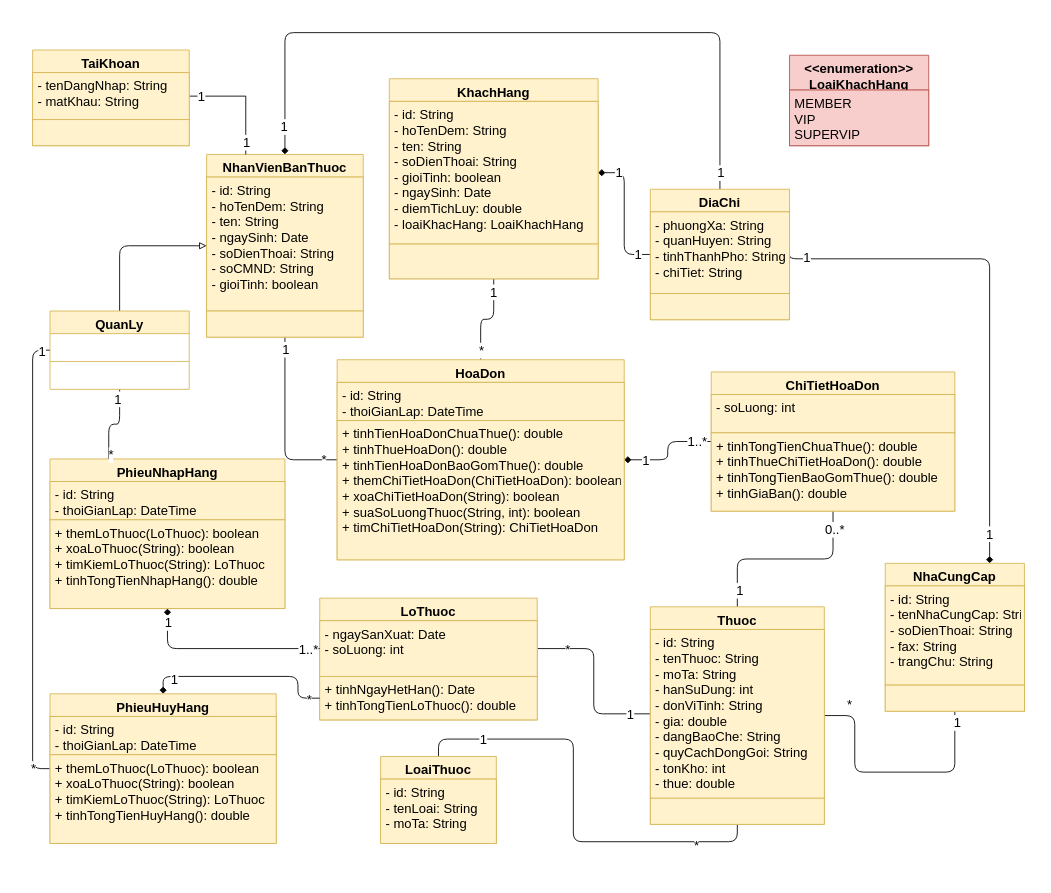
duchoan6814/Truong-Duc-Hoan keeps this draw.io diagram as phamarcy_class_diagram.drawio. Above is the earlier version. Source tidied: cells renumbered, new cells numbered last; positions are measured from the earlier drawing's top-left corner, leaving out a move shared by most shapes. Both pictures are drawn from the tidied source at 87%, with x=0, y=0 at pixel (32, 32).
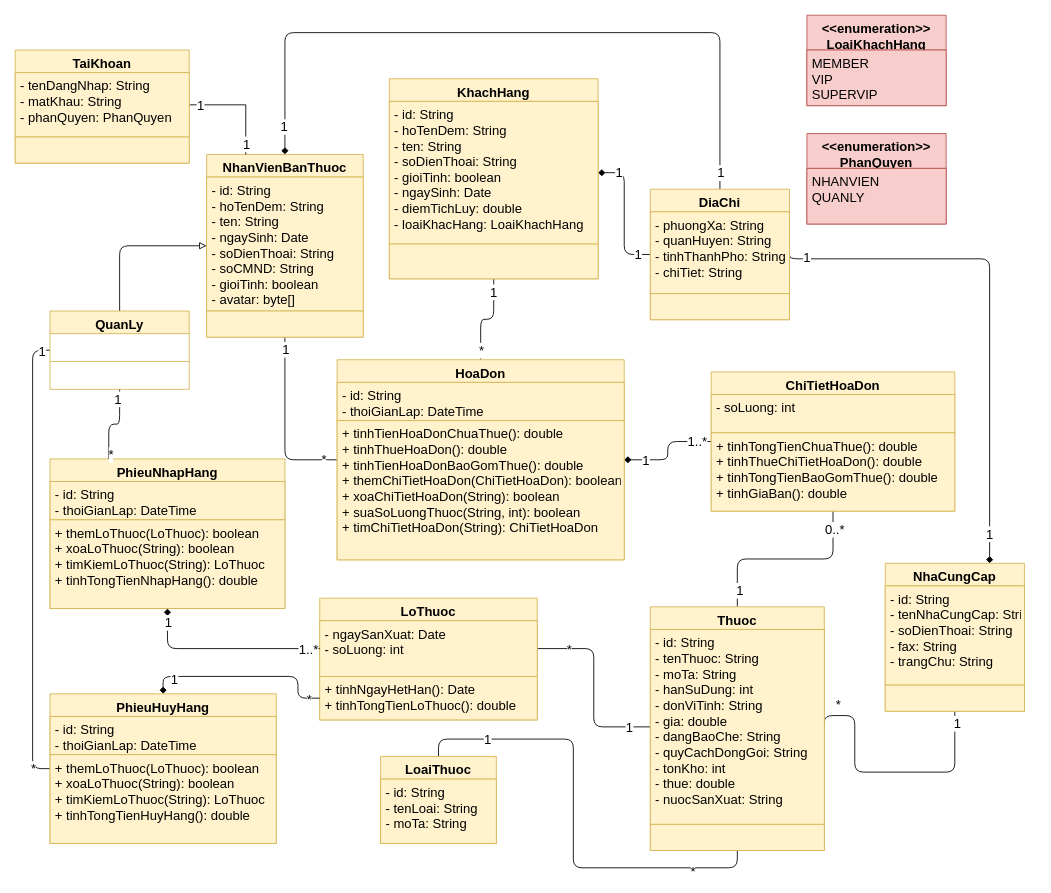
The same page after the edit.

Unchanged cells that the change refers to:
```xml
<mxCell id="54" value="NhanVienBanThuoc" style="swimlane;fontStyle=1;align=center;verticalAlign=top;horizontal=1;startSize=26;fillColor=#fff2cc;strokeColor=#d6b656;fontSize=15;" parent="1" vertex="1">
  <mxGeometry x="200" y="140" width="180" height="210" as="geometry" />
</mxCell>
```

What changed in the source:
```diff
@@
-    <mxCell id="55" value="- id: String&#10;- hoTenDem: String&#10;- ten: String&#10;- ngaySinh: Date&#10;- soDienThoai: String&#10;- soCMND: String&#10;- gioiTinh: boolean" style="text;strokeColor=#d6b656;fillColor=#fff2cc;align=left;verticalAlign=top;spacingLeft=4;spacingRight=4;overflow=hidden;fontSize=15;" parent="54" vertex="1">
+    <mxCell id="55" value="- id: String&#10;- hoTenDem: String&#10;- ten: String&#10;- ngaySinh: Date&#10;- soDienThoai: String&#10;- soCMND: String&#10;- gioiTinh: boolean&#10;- avatar: byte[]" style="text;strokeColor=#d6b656;fillColor=#fff2cc;align=left;verticalAlign=top;spacingLeft=4;spacingRight=4;overflow=hidden;fontSize=15;" parent="54" vertex="1">
       <mxGeometry y="26" width="180" height="154" as="geometry" />
     </mxCell>
@@
     <mxCell id="63" value="TaiKhoan" style="swimlane;fontStyle=1;align=center;verticalAlign=top;horizontal=1;startSize=26;fillColor=#fff2cc;strokeColor=#d6b656;fontSize=15;" parent="1" vertex="1">
-      <mxGeometry y="20" width="180" height="110" as="geometry" />
+      <mxGeometry x="-20" y="20" width="200" height="130" as="geometry" />
     </mxCell>
-    <mxCell id="64" value="- tenDangNhap: String&#10;- matKhau: String" style="text;strokeColor=#d6b656;fillColor=#fff2cc;align=left;verticalAlign=top;spacingLeft=4;spacingRight=4;overflow=hidden;points=[[0,0.5],[1,0.5]];portConstraint=eastwest;fontSize=15;" parent="63" vertex="1">
-      <mxGeometry y="26" width="180" height="54" as="geometry" />
+    <mxCell id="64" value="- tenDangNhap: String&#10;- matKhau: String&#10;- phanQuyen: PhanQuyen" style="text;strokeColor=#d6b656;fillColor=#fff2cc;align=left;verticalAlign=top;spacingLeft=4;spacingRight=4;overflow=hidden;points=[[0,0.5],[1,0.5]];portConstraint=eastwest;fontSize=15;" parent="63" vertex="1">
+      <mxGeometry y="26" width="200" height="74" as="geometry" />
     </mxCell>
     <mxCell id="65" style="rounded=0;whiteSpace=wrap;html=1;fillColor=#fff2cc;strokeColor=#d6b656;fontSize=15;" parent="63" vertex="1">
-      <mxGeometry y="80" width="180" height="30" as="geometry" />
+      <mxGeometry y="100" width="200" height="30" as="geometry" />
     </mxCell>
@@
     <mxCell id="73" value="Thuoc" style="swimlane;fontStyle=1;align=center;verticalAlign=top;horizontal=1;startSize=26;fillColor=#fff2cc;strokeColor=#d6b656;fontSize=15;" parent="1" vertex="1">
-      <mxGeometry x="710" y="660" width="200" height="250" as="geometry" />
+      <mxGeometry x="710" y="660" width="200" height="280" as="geometry" />
     </mxCell>
-    <mxCell id="74" value="- id: String&#10;- tenThuoc: String&#10;- moTa: String&#10;- hanSuDung: int&#10;- donViTinh: String&#10;- gia: double&#10;- dangBaoChe: String&#10;- quyCachDongGoi: String&#10;- tonKho: int&#10;- thue: double" style="text;strokeColor=#d6b656;fillColor=#fff2cc;align=left;verticalAlign=top;spacingLeft=4;spacingRight=4;overflow=hidden;points=[[0,0.5],[1,0.5]];portConstraint=eastwest;fontSize=15;" parent="73" vertex="1">
-      <mxGeometry y="26" width="200" height="194" as="geometry" />
+    <mxCell id="74" value="- id: String&#10;- tenThuoc: String&#10;- moTa: String&#10;- hanSuDung: int&#10;- donViTinh: String&#10;- gia: double&#10;- dangBaoChe: String&#10;- quyCachDongGoi: String&#10;- tonKho: int&#10;- thue: double&#10;- nuocSanXuat: String" style="text;strokeColor=#d6b656;fillColor=#fff2cc;align=left;verticalAlign=top;spacingLeft=4;spacingRight=4;overflow=hidden;points=[[0,0.5],[1,0.5]];portConstraint=eastwest;fontSize=15;" parent="73" vertex="1">
+      <mxGeometry y="26" width="200" height="224" as="geometry" />
     </mxCell>
     <mxCell id="75" style="rounded=0;whiteSpace=wrap;html=1;fillColor=#fff2cc;strokeColor=#d6b656;fontSize=15;" parent="73" vertex="1">
-      <mxGeometry y="220" width="200" height="30" as="geometry" />
+      <mxGeometry y="250" width="200" height="30" as="geometry" />
     </mxCell>
@@
     <mxCell id="85" value="&lt;&lt;enumeration&gt;&gt;&#10;LoaiKhachHang" style="swimlane;fontStyle=1;align=center;verticalAlign=top;horizontal=1;startSize=40;fillColor=#f8cecc;strokeColor=#b85450;fontSize=15;" parent="1" vertex="1">
-      <mxGeometry x="870" y="26" width="160" height="104" as="geometry" />
+      <mxGeometry x="890" y="-20" width="160" height="104" as="geometry" />
     </mxCell>
@@
+    <mxCell id="87" value="&lt;&lt;enumeration&gt;&gt;&#10;PhanQuyen" style="swimlane;fontStyle=1;align=center;verticalAlign=top;horizontal=1;startSize=40;fillColor=#f8cecc;strokeColor=#b85450;fontSize=15;" parent="1" vertex="1">
+      <mxGeometry x="890" y="116" width="160" height="104" as="geometry" />
+    </mxCell>
+    <mxCell id="88" value="NHANVIEN&#10;QUANLY" style="text;strokeColor=#b85450;fillColor=#f8cecc;align=left;verticalAlign=top;spacingLeft=4;spacingRight=4;overflow=hidden;fontSize=15;" parent="87" vertex="1">
+      <mxGeometry y="40" width="160" height="64" as="geometry" />
+    </mxCell>
```
